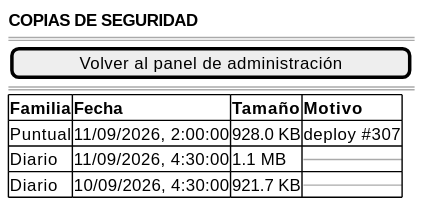
Above: images/RUP/01-requisitos/03-detalle-casos-uso/consultarCopiasSeguridad/wireframe.svg in mmasias/pyCeldaPublico (PlantUML), before the change.
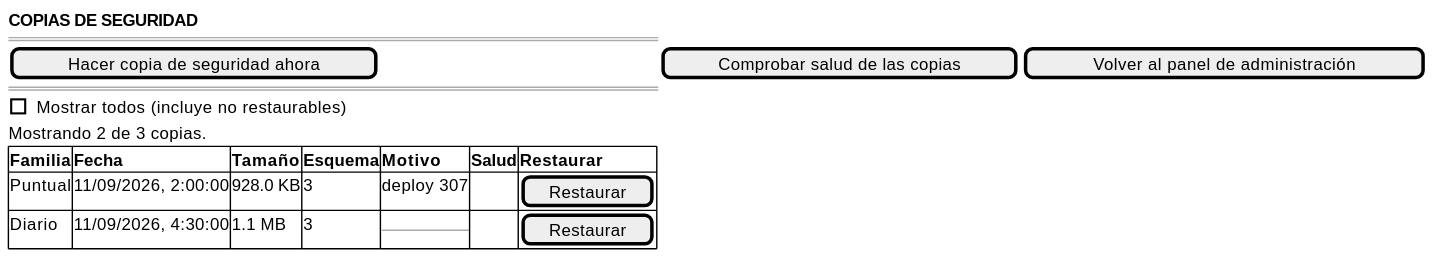
Above is the later version.

Change to the diagram source:
```diff
@@ -2,13 +2,14 @@
 {
     <b>COPIAS DE SEGURIDAD</b>
     ====
-    [ Volver al panel de administración ]
+    [ Hacer copia de seguridad ahora ] | [ Comprobar salud de las copias ] | [ Volver al panel de administración ]
     ====
+    [ ] Mostrar todos (incluye no restaurables)
+    Mostrando 2 de 3 copias.
     {#
-        <b>Familia | <b>Fecha | <b>Tamaño | <b>Motivo
-        Puntual | 11/09/2026, 2:00:00 | 928.0 KB | deploy #307
-        Diario  | 11/09/2026, 4:30:00 | 1.1 MB   | --
-        Diario  | 10/09/2026, 4:30:00 | 921.7 KB | --
+        <b>Familia | <b>Fecha | <b>Tamaño | <b>Esquema | <b>Motivo | <b>Salud | <b>Restaurar
+        Puntual | 11/09/2026, 2:00:00 | 928.0 KB | 3 | deploy 307 | . | [ Restaurar ]
+        Diario  | 11/09/2026, 4:30:00 | 1.1 MB   | 3 | --         | . | [ Restaurar ]
     }
 }
 @endsalt
```
